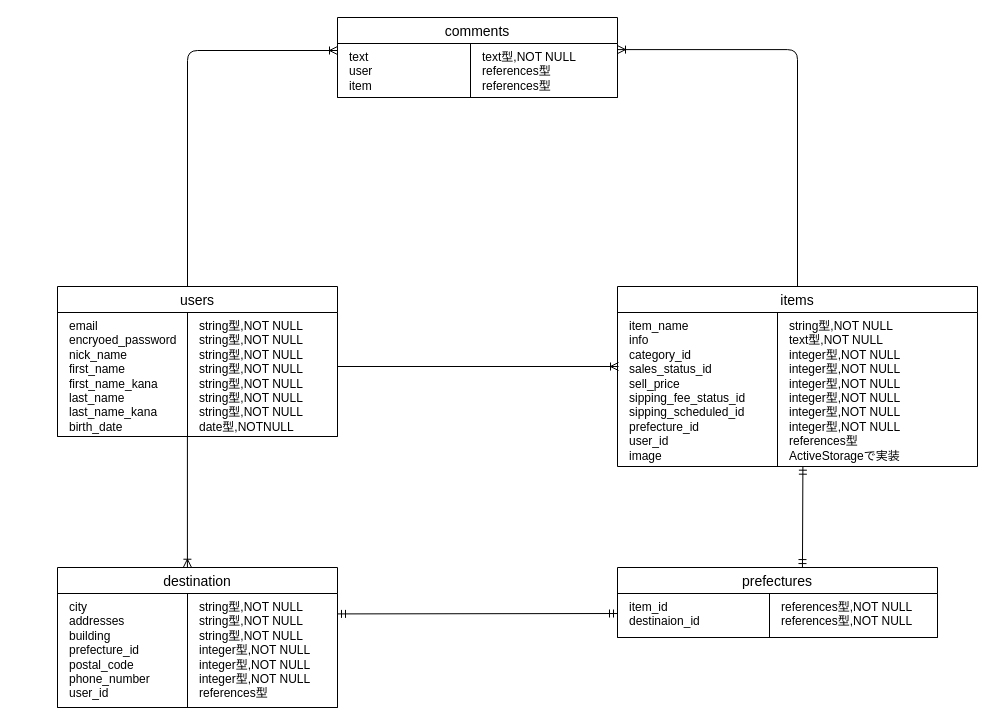
vnork/furima-32347 keeps this draw.io diagram as furima-32347.dio. Above is the earlier version. Source tidied: cells renumbered, new cells numbered last; positions are measured from the earlier drawing's top-left corner, leaving out a move shared by most shapes. Both pictures are drawn from the tidied source at 100%, with x=0, y=0 at pixel (57, 17).
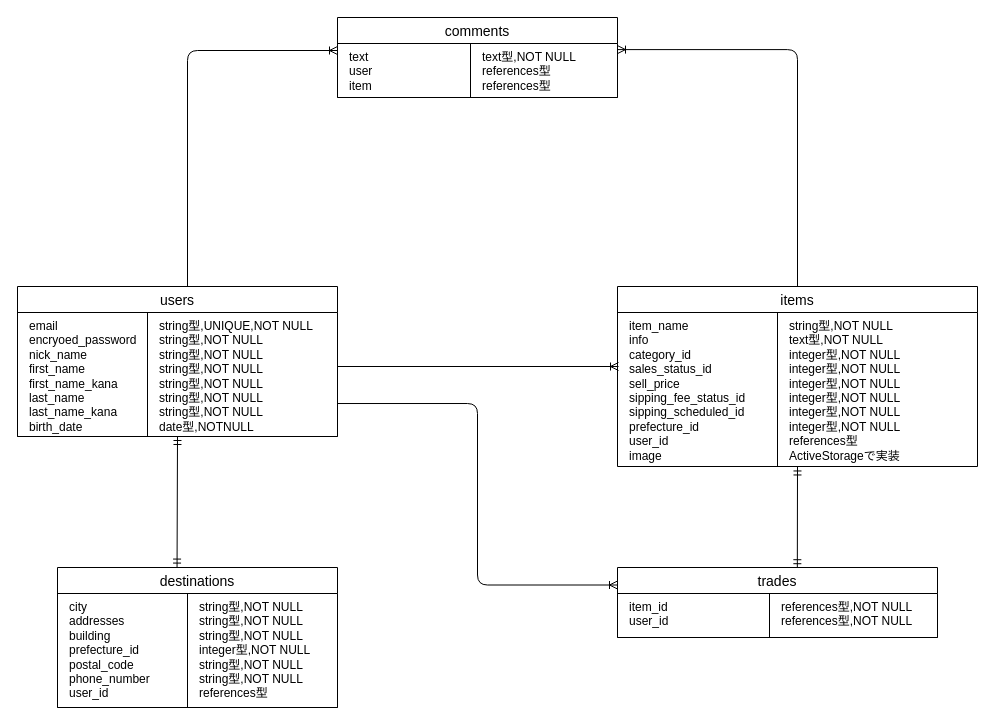
The same diagram, later.

Commit message (it also covers changes not shown here):
データベース設計修正2

The change refers to these unchanged cells:
```xml
<mxCell id="9" style="shape=partialRectangle;html=1;whiteSpace=wrap;fillColor=none;top=0;left=0;bottom=0;right=0;points=[[0,0.5],[1,0.5]];portConstraint=eastwest;spacingLeft=2;" parent="8" vertex="1">
  <mxGeometry width="360" height="154" as="geometry" />
</mxCell>
<mxCell id="14" style="shape=partialRectangle;html=1;whiteSpace=wrap;fillColor=none;top=0;left=0;bottom=0;right=0;points=[[0,0.5],[1,0.5]];portConstraint=eastwest;spacingLeft=2;" parent="13" vertex="1">
  <mxGeometry width="280" height="114" as="geometry" />
</mxCell>
<mxCell id="19" style="shape=partialRectangle;html=1;whiteSpace=wrap;fillColor=none;top=0;left=0;bottom=0;right=0;points=[[0,0.5],[1,0.5]];portConstraint=eastwest;spacingLeft=2;" parent="18" vertex="1">
  <mxGeometry width="320" height="44" as="geometry" />
</mxCell>
```

What changed in the source:
```diff
@@
     <mxCell id="2" value="users" style="swimlane;fontStyle=0;horizontal=1;startSize=26;align=center;fontSize=14;swimlaneLine=1;" parent="1" vertex="1">
-      <mxGeometry y="269" width="280" height="150" as="geometry" />
+      <mxGeometry x="-40" y="269" width="320" height="150" as="geometry" />
     </mxCell>
     <mxCell id="3" style="shape=table;html=1;whiteSpace=wrap;startSize=0;childLayout=tableLayout;" parent="2" vertex="1">
-      <mxGeometry y="26" width="280" height="124" as="geometry" />
+      <mxGeometry y="26" width="320" height="124" as="geometry" />
     </mxCell>
     <mxCell id="4" style="shape=partialRectangle;html=1;whiteSpace=wrap;fillColor=none;top=0;left=0;bottom=0;right=0;points=[[0,0.5],[1,0.5]];portConstraint=eastwest;spacingLeft=2;" parent="3" vertex="1">
-      <mxGeometry width="280" height="124" as="geometry" />
+      <mxGeometry width="320" height="124" as="geometry" />
     </mxCell>
@@
-    <mxCell id="6" value="string型,NOT NULL&lt;br&gt;string型,NOT NULL&lt;br&gt;string型,NOT NULL&lt;br&gt;string型,NOT NULL&lt;br&gt;string型,NOT NULL&lt;br&gt;string型,NOT NULL&lt;br&gt;string型,NOT NULL&lt;br&gt;date型,NOTNULL" style="shape=partialRectangle;html=1;whiteSpace=wrap;overflow=hidden;fillColor=none;top=0;left=0;bottom=0;right=0;align=left;spacingLeft=10;verticalAlign=top;" parent="4" vertex="1">
-      <mxGeometry x="130" width="150" height="124" as="geometry" />
+    <mxCell id="6" value="string型,UNIQUE,NOT NULL&lt;br&gt;string型,NOT NULL&lt;br&gt;string型,NOT NULL&lt;br&gt;string型,NOT NULL&lt;br&gt;string型,NOT NULL&lt;br&gt;string型,NOT NULL&lt;br&gt;string型,NOT NULL&lt;br&gt;date型,NOTNULL" style="shape=partialRectangle;html=1;whiteSpace=wrap;overflow=hidden;fillColor=none;top=0;left=0;bottom=0;right=0;align=left;spacingLeft=10;verticalAlign=top;" parent="4" vertex="1">
+      <mxGeometry x="130" width="190" height="124" as="geometry" />
     </mxCell>
@@
-    <mxCell id="12" value="destination" style="swimlane;fontStyle=0;horizontal=1;startSize=26;align=center;fontSize=14;swimlaneLine=1;" parent="1" vertex="1">
+    <mxCell id="12" value="destinations" style="swimlane;fontStyle=0;horizontal=1;startSize=26;align=center;fontSize=14;swimlaneLine=1;" parent="1" vertex="1">
       <mxGeometry y="550" width="280" height="140" as="geometry" />
     </mxCell>
@@
-    <mxCell id="16" value="string型,NOT NULL&lt;br&gt;string型,NOT NULL&lt;br&gt;string型,NOT NULL&lt;br&gt;integer型,NOT NULL&lt;br&gt;integer型,NOT NULL&lt;br&gt;integer型,NOT NULL&lt;br&gt;references型" style="shape=partialRectangle;html=1;whiteSpace=wrap;overflow=hidden;fillColor=none;top=0;left=0;bottom=0;right=0;align=left;spacingLeft=10;verticalAlign=top;" parent="14" vertex="1">
+    <mxCell id="16" value="string型,NOT NULL&lt;br&gt;string型,NOT NULL&lt;br&gt;string型,NOT NULL&lt;br&gt;integer型,NOT NULL&lt;br&gt;string型,NOT NULL&lt;br&gt;string型,NOT NULL&lt;br&gt;references型" style="shape=partialRectangle;html=1;whiteSpace=wrap;overflow=hidden;fillColor=none;top=0;left=0;bottom=0;right=0;align=left;spacingLeft=10;verticalAlign=top;" parent="14" vertex="1">
       <mxGeometry x="130" width="150" height="114" as="geometry" />
     </mxCell>
-    <mxCell id="17" value="prefectures" style="swimlane;fontStyle=0;horizontal=1;startSize=26;align=center;fontSize=14;swimlaneLine=1;" parent="1" vertex="1">
+    <mxCell id="17" value="trades" style="swimlane;fontStyle=0;horizontal=1;startSize=26;align=center;fontSize=14;swimlaneLine=1;" parent="1" vertex="1">
       <mxGeometry x="560" y="550" width="320" height="70" as="geometry" />
     </mxCell>
@@
-    <mxCell id="20" value="&lt;span&gt;item_id&lt;br&gt;destinaion_id&lt;br&gt;&lt;/span&gt;" style="shape=partialRectangle;html=1;whiteSpace=wrap;overflow=hidden;fillColor=none;top=0;left=0;bottom=0;right=0;align=left;spacingLeft=10;verticalAlign=top;" parent="19" vertex="1">
+    <mxCell id="20" value="&lt;span&gt;item_id&lt;br&gt;user_id&lt;br&gt;&lt;/span&gt;" style="shape=partialRectangle;html=1;whiteSpace=wrap;overflow=hidden;fillColor=none;top=0;left=0;bottom=0;right=0;align=left;spacingLeft=10;verticalAlign=top;" parent="19" vertex="1">
       <mxGeometry width="152" height="44" as="geometry" />
     </mxCell>
@@
-    <mxCell id="23" style="fontSize=12;html=1;endArrow=ERoneToMany;elbow=vertical;exitX=0.464;exitY=1.001;exitDx=0;exitDy=0;exitPerimeter=0;entryX=0.464;entryY=-0.002;entryDx=0;entryDy=0;entryPerimeter=0;" parent="1" edge="1" source="3" target="12">
+    <mxCell id="23" style="fontSize=12;html=1;endArrow=ERoneToMany;edgeStyle=elbowEdgeStyle;exitX=1;exitY=0.734;exitDx=0;exitDy=0;exitPerimeter=0;entryX=0;entryY=0.25;entryDx=0;entryDy=0;" parent="1" edge="1" source="4" target="17">
       <mxGeometry relative="1" as="geometry" />
     </mxCell>
-    <mxCell id="24" style="fontSize=12;html=1;endArrow=ERmandOne;startArrow=ERmandOne;exitX=1;exitY=0.179;exitDx=0;exitDy=0;exitPerimeter=0;entryX=0;entryY=0.455;entryDx=0;entryDy=0;entryPerimeter=0;" parent="1" edge="1" source="14" target="19">
+    <mxCell id="24" style="fontSize=12;html=1;endArrow=ERmandOne;startArrow=ERmandOne;exitX=0.562;exitY=0.003;exitDx=0;exitDy=0;exitPerimeter=0;entryX=0.5;entryY=1.003;entryDx=0;entryDy=0;entryPerimeter=0;" parent="1" edge="1" source="17" target="9">
       <mxGeometry relative="1" as="geometry" />
     </mxCell>
-    <mxCell id="25" style="fontSize=12;html=1;endArrow=ERmandOne;startArrow=ERmandOne;entryX=0.515;entryY=0.998;entryDx=0;entryDy=0;entryPerimeter=0;exitX=0.578;exitY=0.001;exitDx=0;exitDy=0;exitPerimeter=0;" parent="1" edge="1" source="17" target="9">
+    <mxCell id="25" style="fontSize=12;html=1;endArrow=ERmandOne;startArrow=ERmandOne;exitX=0.427;exitY=-0.003;exitDx=0;exitDy=0;exitPerimeter=0;entryX=0.5;entryY=1;entryDx=0;entryDy=0;" parent="1" edge="1" source="12" target="2">
       <mxGeometry relative="1" as="geometry" />
     </mxCell>
```
